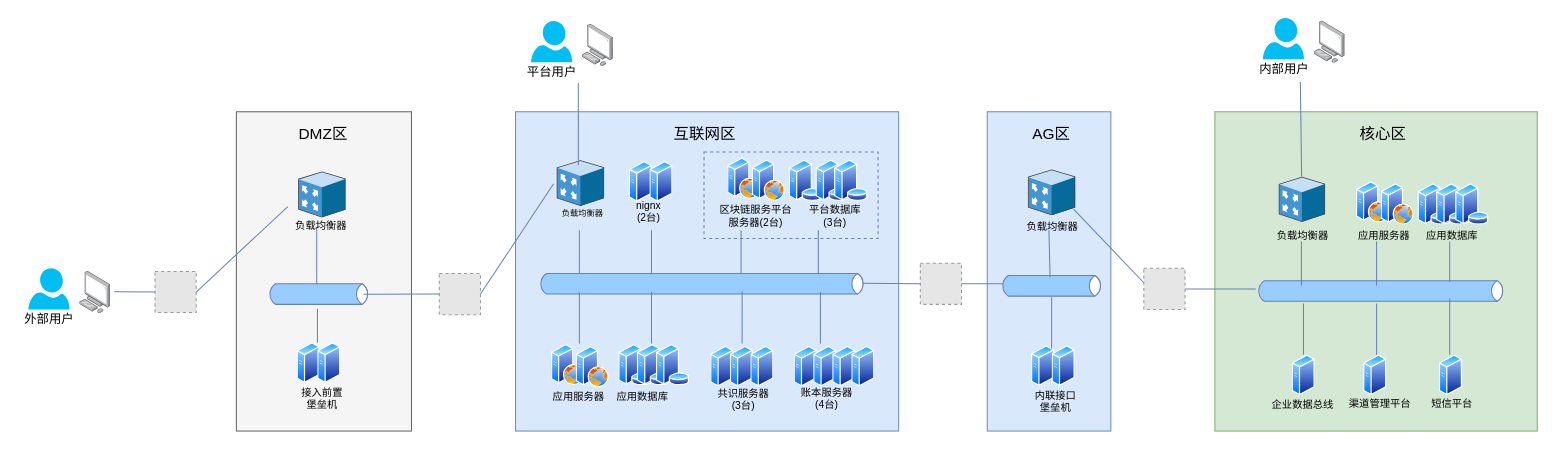
The draw.io diagram repository/drawio/postb/系统拓扑图.drawio in dilide/collections, before the edit. Source tidied: cells renumbered, new cells numbered last; positions are measured from the earlier drawing's top-left corner, leaving out a move shared by most shapes. Both pictures are drawn from the tidied source at 103%, with x=0, y=0 at pixel (18, 18). Pictures stored in the file or linked from it are replaced by grey dashed boxes.
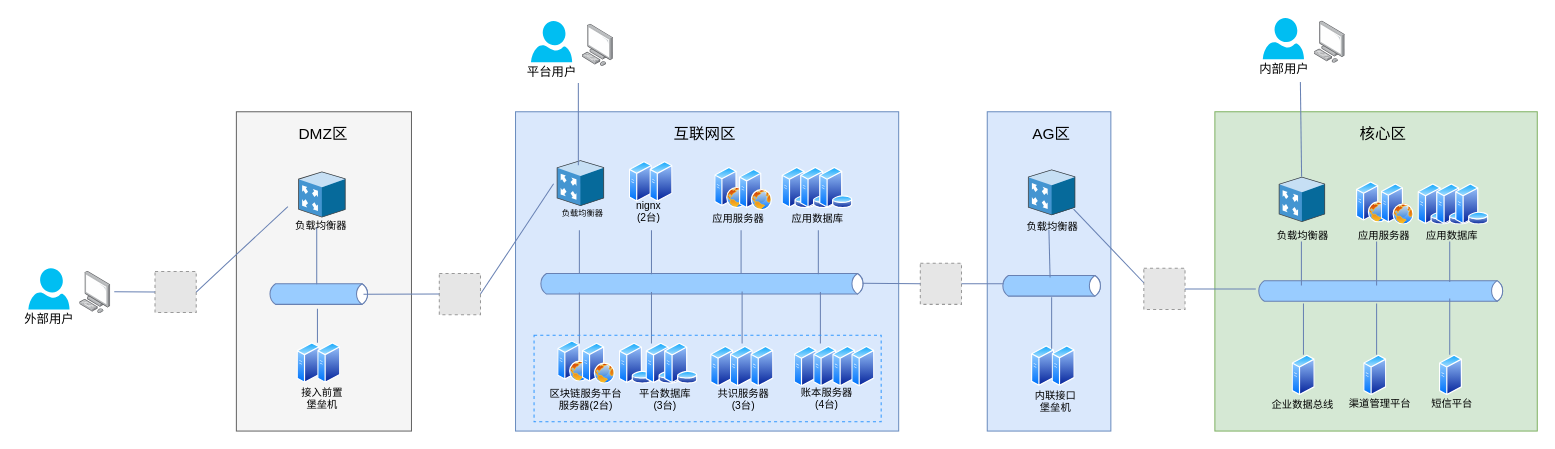
The same diagram, later.

Commit message (it also covers changes not shown here):
Update 系统拓扑图.drawio

What changed in the source:
```diff
@@
     <mxCell id="32" style="group;" parent="1" vertex="1">
-      <mxGeometry x="518" y="317" width="56" height="40" as="geometry" />
+      <mxGeometry x="676.5" y="145" width="56" height="40" as="geometry" />
     </mxCell>
@@
     <mxCell id="35" value="应用服务器" style="text;html=1;align=center;verticalAlign=top;spacingTop=-4;fontSize=10;" parent="1" vertex="1">
-      <mxGeometry x="514" y="359" width="60" height="10" as="geometry" />
+      <mxGeometry x="668.5" y="187" width="60" height="10" as="geometry" />
     </mxCell>
     <mxCell id="36" style="group;" parent="1" vertex="1">
-      <mxGeometry x="689" y="136" width="56" height="40" as="geometry" />
+      <mxGeometry x="524" y="313.5" width="56" height="40" as="geometry" />
     </mxCell>
@@
     <mxCell id="39" value="区块链服务平台&lt;br&gt;服务器(2台)" style="text;html=1;align=center;verticalAlign=top;spacingTop=-4;fontSize=10;" parent="1" vertex="1">
-      <mxGeometry x="671" y="178" width="90" height="30" as="geometry" />
+      <mxGeometry x="506" y="355.5" width="90" height="30" as="geometry" />
     </mxCell>
     <mxCell id="40" value="应用数据库" style="text;html=1;align=center;verticalAlign=top;spacingTop=-4;fontSize=10;" parent="1" vertex="1">
-      <mxGeometry x="576" y="359" width="60" height="10" as="geometry" />
+      <mxGeometry x="745.5" y="187" width="60" height="10" as="geometry" />
     </mxCell>
     <mxCell id="41" style="perimeter=ellipsePerimeter;html=1;align=center;shadow=0;dashed=0;spacingTop=3;image;image=img/lib/active_directory/database_server.svg;strokeColor=#6881B3;strokeWidth=1;fillColor=#99CCFF;fontSize=8;" parent="1" vertex="1">
-      <mxGeometry x="583" y="317" width="32.8" height="40" as="geometry" />
+      <mxGeometry x="741.5" y="145" width="32.8" height="40" as="geometry" />
     </mxCell>
     <mxCell id="42" style="perimeter=ellipsePerimeter;html=1;align=center;shadow=0;dashed=0;spacingTop=3;image;image=img/lib/active_directory/database_server.svg;strokeColor=#6881B3;strokeWidth=1;fillColor=#99CCFF;fontSize=8;" parent="1" vertex="1">
-      <mxGeometry x="601" y="317" width="32.8" height="40" as="geometry" />
+      <mxGeometry x="759.5" y="145" width="32.8" height="40" as="geometry" />
     </mxCell>
     <mxCell id="43" style="perimeter=ellipsePerimeter;html=1;align=center;shadow=0;dashed=0;spacingTop=3;image;image=img/lib/active_directory/database_server.svg;strokeColor=#6881B3;strokeWidth=1;fillColor=#99CCFF;fontSize=8;" parent="1" vertex="1">
-      <mxGeometry x="619.5" y="317" width="32.8" height="40" as="geometry" />
+      <mxGeometry x="778" y="145" width="32.8" height="40" as="geometry" />
     </mxCell>
     <mxCell id="44" style="group;" parent="1" vertex="1">
-      <mxGeometry x="748.5" y="138" width="68.8" height="40" as="geometry" />
+      <mxGeometry x="583.5" y="315.5" width="68.8" height="40" as="geometry" />
     </mxCell>
@@
     <mxCell id="48" value="平台数据库&lt;br style=&quot;font-size: 10px;&quot;&gt;(3台)" style="text;html=1;align=center;verticalAlign=top;spacingTop=-4;fontSize=10;" parent="1" vertex="1">
-      <mxGeometry x="762.5" y="178" width="60" height="20" as="geometry" />
+      <mxGeometry x="597.5" y="355.5" width="60" height="20" as="geometry" />
     </mxCell>
@@
-    <mxCell id="122" style="rounded=0;whiteSpace=wrap;html=1;dashed=1;strokeColor=#6881B3;fillColor=none;" parent="1" vertex="1">
-      <mxGeometry x="666" y="130" width="169" height="84" as="geometry" />
+    <mxCell id="122" style="rounded=0;whiteSpace=wrap;html=1;dashed=1;strokeColor=#3399FF;fillColor=none;" parent="1" vertex="1">
+      <mxGeometry x="501" y="308" width="337" height="84" as="geometry" />
     </mxCell>
```
